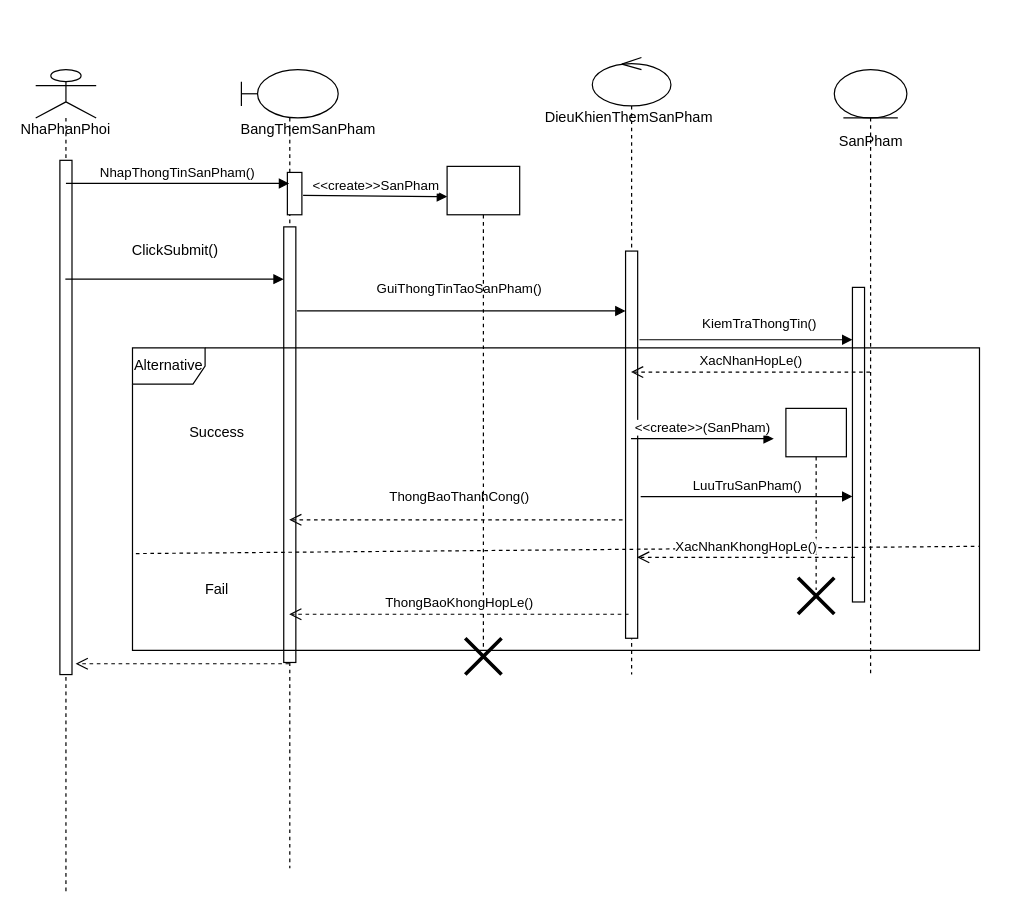
hoangminh15/PTTKHT keeps this draw.io diagram as Sequence/ThemSanPhamSequence.drawio. Above is the earlier version. Source tidied: cells renumbered, new cells numbered last; positions are measured from the earlier drawing's top-left corner, leaving out a move shared by most shapes. Both pictures are drawn from the tidied source at 121%, with x=0, y=0 at pixel (35, 57).
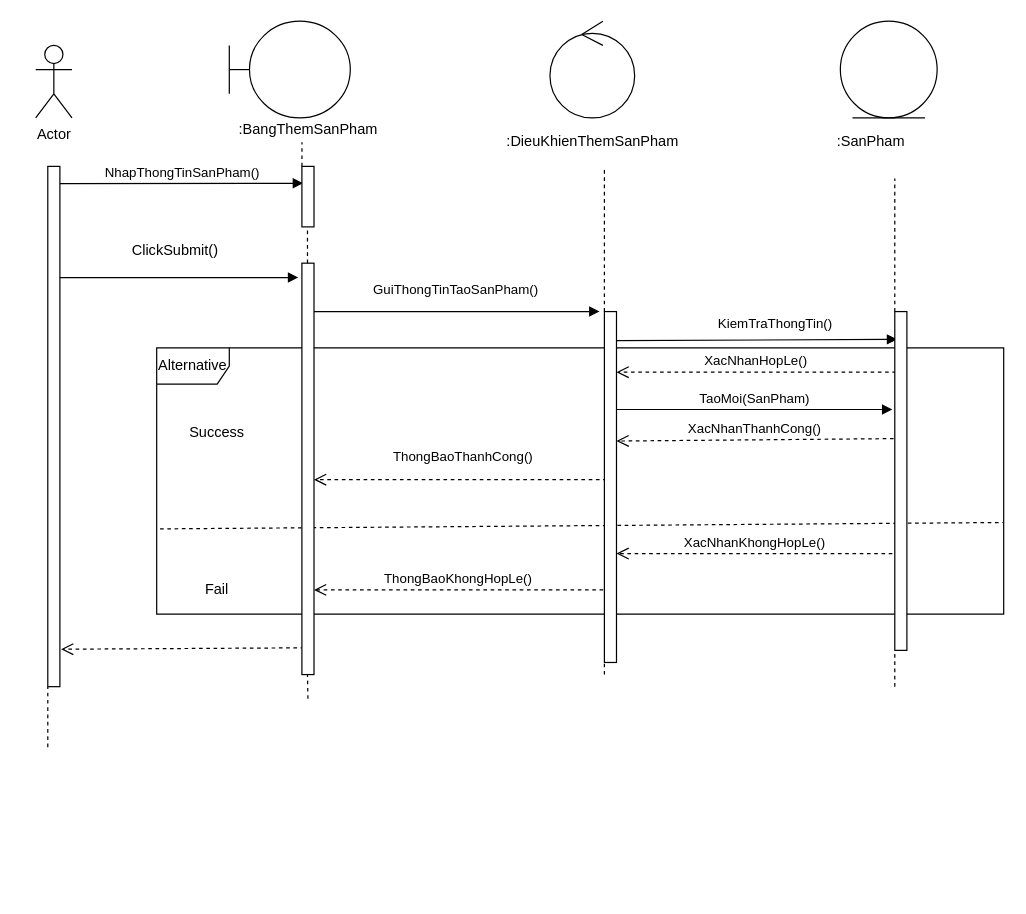
Above is the later version.

The edit, as a diff of the source:
```diff
@@
-    <mxCell id="2" style="shape=umlLifeline;participant=umlBoundary;perimeter=lifelinePerimeter;whiteSpace=wrap;html=1;verticalAlign=top;spacingTop=36;outlineConnect=0;" parent="1" vertex="1">
-      <mxGeometry x="170" y="10" width="80" height="660" as="geometry" />
-    </mxCell>
-    <mxCell id="3" style="html=1;points=[];perimeter=orthogonalPerimeter;" parent="2" vertex="1">
-      <mxGeometry x="38" y="85" width="12" height="35" as="geometry" />
-    </mxCell>
-    <mxCell id="4" style="html=1;points=[];perimeter=orthogonalPerimeter;" parent="2" vertex="1">
-      <mxGeometry x="35" y="130" width="10" height="360" as="geometry" />
-    </mxCell>
-    <mxCell id="5" style="shape=umlLifeline;participant=umlActor;perimeter=lifelinePerimeter;whiteSpace=wrap;html=1;verticalAlign=top;spacingTop=36;outlineConnect=0;" parent="1" vertex="1">
-      <mxGeometry y="10" width="50" height="680" as="geometry" />
-    </mxCell>
-    <mxCell id="6" style="html=1;points=[];perimeter=orthogonalPerimeter;" parent="5" vertex="1">
-      <mxGeometry x="20" y="75" width="10" height="425" as="geometry" />
-    </mxCell>
-    <mxCell id="7" value="NhaPhanPhoi" style="text;html=1;strokeColor=none;fillColor=none;align=center;verticalAlign=middle;whiteSpace=wrap;rounded=0;" parent="5" vertex="1">
-      <mxGeometry x="5" y="40" width="40" height="20" as="geometry" />
-    </mxCell>
-    <mxCell id="8" value="NhapThongTinSanPham()" style="html=1;verticalAlign=bottom;endArrow=block;exitX=0.5;exitY=0.045;exitDx=0;exitDy=0;exitPerimeter=0;" parent="1" edge="1" source="6" target="2">
+    <mxCell id="8" value="NhapThongTinSanPham()" style="html=1;verticalAlign=bottom;endArrow=block;exitX=1;exitY=0.033;exitDx=0;exitDy=0;exitPerimeter=0;entryX=0.1;entryY=0.28;entryDx=0;entryDy=0;entryPerimeter=0;" parent="1" edge="1" source="38" target="43">
       <mxGeometry relative="1" as="geometry" />
     </mxCell>
-    <mxCell id="9" style="shape=umlLifeline;participant=umlControl;perimeter=lifelinePerimeter;whiteSpace=wrap;html=1;verticalAlign=top;spacingTop=36;outlineConnect=0;" parent="1" vertex="1">
-      <mxGeometry x="460" width="65" height="510" as="geometry" />
-    </mxCell>
-    <mxCell id="10" value="DieuKhienThemSanPham" style="text;html=1;align=center;verticalAlign=middle;" parent="9" vertex="1">
-      <mxGeometry x="-45" y="40" width="150" height="20" as="geometry" />
-    </mxCell>
-    <mxCell id="11" style="html=1;points=[];perimeter=orthogonalPerimeter;" parent="9" vertex="1">
-      <mxGeometry x="27.5" y="160" width="10" height="320" as="geometry" />
-    </mxCell>
-    <mxCell id="12" style="shape=umlLifeline;participant=umlEntity;perimeter=lifelinePerimeter;whiteSpace=wrap;html=1;verticalAlign=top;spacingTop=36;outlineConnect=0;" parent="1" vertex="1">
-      <mxGeometry x="660" y="10" width="60" height="500" as="geometry" />
-    </mxCell>
-    <mxCell id="13" style="html=1;points=[];perimeter=orthogonalPerimeter;" parent="12" vertex="1">
-      <mxGeometry x="15" y="180" width="10" height="260" as="geometry" />
-    </mxCell>
-    <mxCell id="14" value="Alternative" style="shape=umlFrame;whiteSpace=wrap;html=1;" parent="12" vertex="1">
-      <mxGeometry x="-580" y="230" width="700" height="250" as="geometry" />
-    </mxCell>
-    <mxCell id="15" style="endArrow=none;dashed=1;html=1;exitX=0.004;exitY=0.68;exitDx=0;exitDy=0;exitPerimeter=0;entryX=0.999;entryY=0.656;entryDx=0;entryDy=0;entryPerimeter=0;" parent="12" edge="1" source="14" target="14">
-      <mxGeometry relative="1" as="geometry" />
-    </mxCell>
-    <mxCell id="16" style="html=1;verticalAlign=bottom;endArrow=block;entryX=0;entryY=0.12;entryDx=0;entryDy=0;entryPerimeter=0;" parent="1" edge="1" source="5" target="4">
+    <mxCell id="16" style="html=1;verticalAlign=bottom;endArrow=block;entryX=-0.3;entryY=0.035;entryDx=0;entryDy=0;entryPerimeter=0;" parent="1" edge="1" source="38" target="45">
       <mxGeometry x="-0.01" y="15" relative="1" as="geometry" />
     </mxCell>
@@
-    <mxCell id="18" value="GuiThongTinTaoSanPham()" style="html=1;verticalAlign=bottom;endArrow=block;exitX=1.1;exitY=0.193;exitDx=0;exitDy=0;exitPerimeter=0;" parent="1" edge="1" source="4" target="11">
-      <mxGeometry x="-0.01" y="9" relative="1" as="geometry" />
+    <mxCell id="18" value="GuiThongTinTaoSanPham()" style="html=1;verticalAlign=bottom;endArrow=block;exitX=1;exitY=0.118;exitDx=0;exitDy=0;exitPerimeter=0;" parent="1" edge="1" source="45">
+      <mxGeometry x="-0.01" y="9" relative="1" as="geometry">
+        <mxPoint x="466" y="210" as="targetPoint" />
+      </mxGeometry>
     </mxCell>
-    <mxCell id="19" value="KiemTraThongTin()" style="html=1;verticalAlign=bottom;endArrow=block;exitX=1.15;exitY=0.229;exitDx=0;exitDy=0;exitPerimeter=0;" parent="1" edge="1" source="11" target="13">
+    <mxCell id="19" value="KiemTraThongTin()" style="html=1;verticalAlign=bottom;endArrow=block;exitX=1;exitY=0.083;exitDx=0;exitDy=0;exitPerimeter=0;entryX=0.2;entryY=0.082;entryDx=0;entryDy=0;entryPerimeter=0;" parent="1" edge="1" source="49" target="52">
       <mxGeometry x="0.13" y="4" relative="1" as="geometry" />
     </mxCell>
-    <mxCell id="20" value="XacNhanHopLe()" style="html=1;verticalAlign=bottom;endArrow=open;dashed=1;endSize=8;" parent="1" edge="1" source="12" target="9">
+    <mxCell id="20" value="XacNhanHopLe()" style="html=1;verticalAlign=bottom;endArrow=open;dashed=1;endSize=8;exitX=0.1;exitY=0.179;exitDx=0;exitDy=0;exitPerimeter=0;" parent="1" edge="1" source="52" target="49">
       <mxGeometry relative="1" as="geometry" />
     </mxCell>
-    <mxCell id="21" value="&amp;lt;&amp;lt;create&amp;gt;&amp;gt;(SanPham)" style="html=1;verticalAlign=bottom;endArrow=block;entryX=0;entryY=0.5;entryDx=0;entryDy=0;" parent="1" edge="1" source="9">
-      <mxGeometry relative="1" as="geometry">
-        <mxPoint x="610" y="315" as="targetPoint" />
-      </mxGeometry>
+    <mxCell id="21" value="TaoMoi(SanPham)" style="html=1;verticalAlign=bottom;endArrow=block;entryX=-0.2;entryY=0.289;entryDx=0;entryDy=0;entryPerimeter=0;" parent="1" edge="1" source="49" target="52">
+      <mxGeometry relative="1" as="geometry" />
     </mxCell>
-    <mxCell id="22" value="SanPham" style="text;html=1;align=center;verticalAlign=middle;" parent="1" vertex="1">
+    <mxCell id="22" value=":SanPham" style="text;html=1;align=center;verticalAlign=middle;" parent="1" vertex="1">
       <mxGeometry x="655" y="60" width="70" height="20" as="geometry" />
     </mxCell>
-    <mxCell id="23" value="ThongBaoThanhCong()" style="html=1;verticalAlign=bottom;endArrow=open;dashed=1;endSize=8;exitX=-0.25;exitY=0.694;exitDx=0;exitDy=0;exitPerimeter=0;" parent="1" edge="1" source="11" target="2">
+    <mxCell id="23" value="ThongBaoThanhCong()" style="html=1;verticalAlign=bottom;endArrow=open;dashed=1;endSize=8;exitX=0.2;exitY=0.479;exitDx=0;exitDy=0;exitPerimeter=0;" parent="1" edge="1" source="49" target="45">
       <mxGeometry x="-0.02" y="-10" relative="1" as="geometry" />
     </mxCell>
-    <mxCell id="24" value="BangThemSanPham" style="text;html=1;align=center;verticalAlign=middle;points=[];" parent="1" vertex="1">
+    <mxCell id="24" value=":BangThemSanPham" style="text;html=1;align=center;verticalAlign=middle;points=[];" parent="1" vertex="1">
       <mxGeometry x="160" y="50" width="130" height="20" as="geometry" />
     </mxCell>
-    <mxCell id="25" value="&amp;lt;&amp;lt;create&amp;gt;&amp;gt;SanPham" style="html=1;verticalAlign=bottom;endArrow=block;exitX=1.083;exitY=0.543;exitDx=0;exitDy=0;exitPerimeter=0;entryX=0;entryY=0.75;entryDx=0;entryDy=0;" parent="1" edge="1" source="3">
-      <mxGeometry relative="1" as="geometry">
-        <mxPoint x="340" y="115" as="targetPoint" />
-      </mxGeometry>
-    </mxCell>
-    <mxCell id="26" style="shape=umlLifeline;perimeter=lifelinePerimeter;whiteSpace=wrap;html=1;" parent="1" vertex="1">
-      <mxGeometry x="340" y="90" width="60" height="400" as="geometry" />
-    </mxCell>
-    <mxCell id="27" style="shape=umlLifeline;perimeter=lifelinePerimeter;whiteSpace=wrap;html=1;" parent="1" vertex="1">
-      <mxGeometry x="620" y="290" width="50" height="150" as="geometry" />
-    </mxCell>
-    <mxCell id="28" style="shape=umlDestroy;whiteSpace=wrap;html=1;strokeWidth=3;" parent="1" vertex="1">
-      <mxGeometry x="355" y="480" width="30" height="30" as="geometry" />
-    </mxCell>
-    <mxCell id="29" value="LuuTruSanPham()" style="html=1;verticalAlign=bottom;endArrow=block;exitX=1.25;exitY=0.634;exitDx=0;exitDy=0;exitPerimeter=0;" parent="1" edge="1" source="11" target="13">
-      <mxGeometry relative="1" as="geometry" />
-    </mxCell>
-    <mxCell id="30" value="XacNhanKhongHopLe()" style="html=1;verticalAlign=bottom;endArrow=open;dashed=1;endSize=8;exitX=0.2;exitY=0.858;exitDx=0;exitDy=0;exitPerimeter=0;entryX=0.95;entryY=0.791;entryDx=0;entryDy=0;entryPerimeter=0;" parent="1" edge="1" source="13" target="11">
-      <mxGeometry relative="1" as="geometry" />
+    <mxCell id="30" value="XacNhanKhongHopLe()" style="html=1;verticalAlign=bottom;endArrow=open;dashed=1;endSize=8;" parent="1" edge="1" target="49">
+      <mxGeometry relative="1" as="geometry">
+        <mxPoint x="708" y="410" as="sourcePoint" />
+      </mxGeometry>
     </mxCell>
-    <mxCell id="31" value="ThongBaoKhongHopLe()" style="html=1;verticalAlign=bottom;endArrow=open;dashed=1;endSize=8;exitX=0.25;exitY=0.938;exitDx=0;exitDy=0;exitPerimeter=0;" parent="1" edge="1" source="11" target="2">
-      <mxGeometry relative="1" as="geometry" />
+    <mxCell id="31" value="ThongBaoKhongHopLe()" style="html=1;verticalAlign=bottom;endArrow=open;dashed=1;endSize=8;" parent="1" edge="1" target="45">
+      <mxGeometry relative="1" as="geometry">
+        <mxPoint x="469" y="440" as="sourcePoint" />
+      </mxGeometry>
     </mxCell>
-    <mxCell id="32" style="html=1;verticalAlign=bottom;endArrow=open;dashed=1;endSize=8;entryX=1.3;entryY=0.979;entryDx=0;entryDy=0;entryPerimeter=0;" parent="1" edge="1" source="2" target="6">
+    <mxCell id="32" style="html=1;verticalAlign=bottom;endArrow=open;dashed=1;endSize=8;entryX=1.1;entryY=0.928;entryDx=0;entryDy=0;entryPerimeter=0;exitX=0.2;exitY=0.935;exitDx=0;exitDy=0;exitPerimeter=0;" parent="1" edge="1" source="45" target="38">
       <mxGeometry relative="1" as="geometry" />
     </mxCell>
-    <mxCell id="33" style="shape=umlDestroy;whiteSpace=wrap;html=1;strokeWidth=3;" parent="1" vertex="1">
-      <mxGeometry x="630" y="430" width="30" height="30" as="geometry" />
-    </mxCell>
@@
+    <mxCell id="14" value="Alternative" style="shape=umlFrame;whiteSpace=wrap;html=1;" parent="1" vertex="1">
+      <mxGeometry x="100" y="240" width="700" height="220" as="geometry" />
+    </mxCell>
+    <mxCell id="15" style="endArrow=none;dashed=1;html=1;exitX=0.004;exitY=0.68;exitDx=0;exitDy=0;exitPerimeter=0;entryX=0.999;entryY=0.656;entryDx=0;entryDy=0;entryPerimeter=0;" parent="1" edge="1" source="14" target="14">
+      <mxGeometry relative="1" as="geometry" />
+    </mxCell>
+    <mxCell id="36" value="Actor" style="shape=umlActor;verticalLabelPosition=bottom;verticalAlign=top;html=1;" parent="1" vertex="1">
+      <mxGeometry y="-10" width="30" height="60" as="geometry" />
+    </mxCell>
+    <mxCell id="37" style="endArrow=none;dashed=1;html=1;" parent="1" edge="1" target="38">
+      <mxGeometry relative="1" as="geometry">
+        <mxPoint x="10" y="570" as="sourcePoint" />
+      </mxGeometry>
+    </mxCell>
+    <mxCell id="38" style="html=1;points=[];perimeter=orthogonalPerimeter;" parent="1" vertex="1">
+      <mxGeometry x="10" y="90" width="10" height="430" as="geometry" />
+    </mxCell>
+    <mxCell id="39" style="shape=umlBoundary;whiteSpace=wrap;html=1;" parent="1" vertex="1">
+      <mxGeometry x="160" y="-30" width="100" height="80" as="geometry" />
+    </mxCell>
+    <mxCell id="40" style="ellipse;shape=umlEntity;whiteSpace=wrap;html=1;" parent="1" vertex="1">
+      <mxGeometry x="665" y="-30" width="80" height="80" as="geometry" />
+    </mxCell>
+    <mxCell id="41" style="ellipse;shape=umlControl;whiteSpace=wrap;html=1;" parent="1" vertex="1">
+      <mxGeometry x="425" y="-30" width="70" height="80" as="geometry" />
+    </mxCell>
+    <mxCell id="42" style="endArrow=none;dashed=1;html=1;entryX=0.462;entryY=1;entryDx=0;entryDy=0;entryPerimeter=0;" parent="1" edge="1" source="43" target="24">
+      <mxGeometry relative="1" as="geometry" />
+    </mxCell>
+    <mxCell id="43" style="html=1;points=[];perimeter=orthogonalPerimeter;" parent="1" vertex="1">
+      <mxGeometry x="220" y="90" width="10" height="50" as="geometry" />
+    </mxCell>
+    <mxCell id="44" style="endArrow=none;dashed=1;html=1;entryX=0.462;entryY=1;entryDx=0;entryDy=0;entryPerimeter=0;" parent="1" edge="1" source="45" target="43">
+      <mxGeometry relative="1" as="geometry" />
+    </mxCell>
+    <mxCell id="45" style="html=1;points=[];perimeter=orthogonalPerimeter;" parent="1" vertex="1">
+      <mxGeometry x="220" y="170" width="10" height="340" as="geometry" />
+    </mxCell>
+    <mxCell id="46" style="endArrow=none;dashed=1;html=1;entryX=0.462;entryY=1;entryDx=0;entryDy=0;entryPerimeter=0;" parent="1" edge="1" target="45">
+      <mxGeometry relative="1" as="geometry">
+        <mxPoint x="225" y="530" as="sourcePoint" />
+      </mxGeometry>
+    </mxCell>
+    <mxCell id="47" value=":DieuKhienThemSanPham" style="text;html=1;align=center;verticalAlign=middle;" parent="1" vertex="1">
+      <mxGeometry x="385" y="60" width="150" height="20" as="geometry" />
+    </mxCell>
+    <mxCell id="48" style="endArrow=none;dashed=1;html=1;" parent="1" edge="1" source="49">
+      <mxGeometry relative="1" as="geometry">
+        <mxPoint x="470" y="90" as="targetPoint" />
+      </mxGeometry>
+    </mxCell>
+    <mxCell id="49" style="html=1;points=[];perimeter=orthogonalPerimeter;" parent="1" vertex="1">
+      <mxGeometry x="470" y="210" width="10" height="290" as="geometry" />
+    </mxCell>
+    <mxCell id="50" style="endArrow=none;dashed=1;html=1;" parent="1" edge="1" target="49">
+      <mxGeometry relative="1" as="geometry">
+        <mxPoint x="470" y="510" as="sourcePoint" />
+      </mxGeometry>
+    </mxCell>
+    <mxCell id="51" style="endArrow=none;dashed=1;html=1;" parent="1" edge="1" source="52">
+      <mxGeometry relative="1" as="geometry">
+        <mxPoint x="710" y="100" as="targetPoint" />
+      </mxGeometry>
+    </mxCell>
+    <mxCell id="52" style="html=1;points=[];perimeter=orthogonalPerimeter;" parent="1" vertex="1">
+      <mxGeometry x="710" y="210" width="10" height="280" as="geometry" />
+    </mxCell>
+    <mxCell id="53" style="endArrow=none;dashed=1;html=1;" parent="1" edge="1" target="52">
+      <mxGeometry relative="1" as="geometry">
+        <mxPoint x="710" y="520" as="sourcePoint" />
+      </mxGeometry>
+    </mxCell>
+    <mxCell id="54" value="XacNhanThanhCong()" style="html=1;verticalAlign=bottom;endArrow=open;dashed=1;endSize=8;exitX=-0.1;exitY=0.375;exitDx=0;exitDy=0;exitPerimeter=0;entryX=1;entryY=0.369;entryDx=0;entryDy=0;entryPerimeter=0;" parent="1" edge="1" source="52" target="49">
+      <mxGeometry relative="1" as="geometry" />
+    </mxCell>
```
